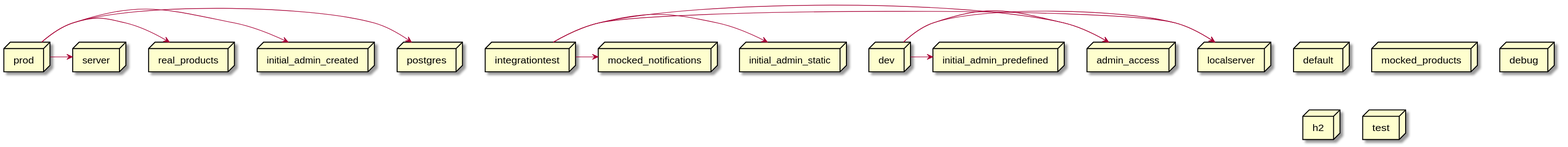
mercedes-benz/sechub keeps this PlantUML diagram as docs/latest/images/gen_springprofiles.svg. Above is the earlier version.
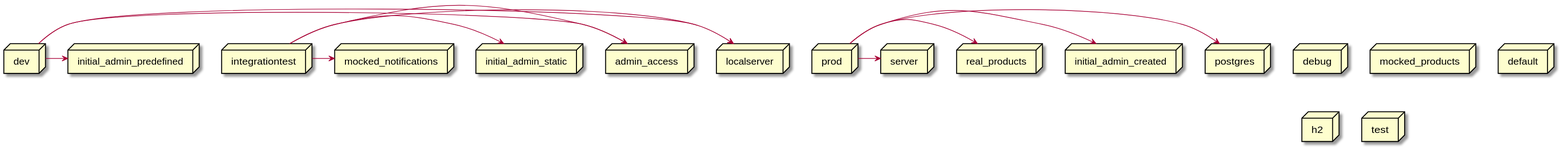
After the commit.

Diff of the diagram source:
```diff
@@ -1,30 +1,30 @@
 @startuml
+node admin_access
+node debug
+node initial_admin_created
+node dev
+node localserver
+node mocked_products
 node real_products
 node default
+node integrationtest
+node h2
+node mocked_notifications
+node server
+node initial_admin_predefined
+node initial_admin_static
 node postgres
-node initial_admin_created
-node localserver
-node mocked_products
-node debug
 node prod
-node mocked_notifications
-node admin_access
-node integrationtest
-node initial_admin_predefined
-node dev
-node initial_admin_static
-node h2
-node server
 node test
+dev -> localserver
+dev -> initial_admin_predefined
+dev -> admin_access
+integrationtest -> localserver
+integrationtest -> initial_admin_static
+integrationtest -> mocked_notifications
+integrationtest -> admin_access
 prod -> postgres
 prod -> initial_admin_created
 prod -> real_products
 prod -> server
-integrationtest -> localserver
-integrationtest -> initial_admin_static
-integrationtest -> mocked_notifications
-integrationtest -> admin_access
-dev -> localserver
-dev -> initial_admin_predefined
-dev -> admin_access
 @enduml
```
